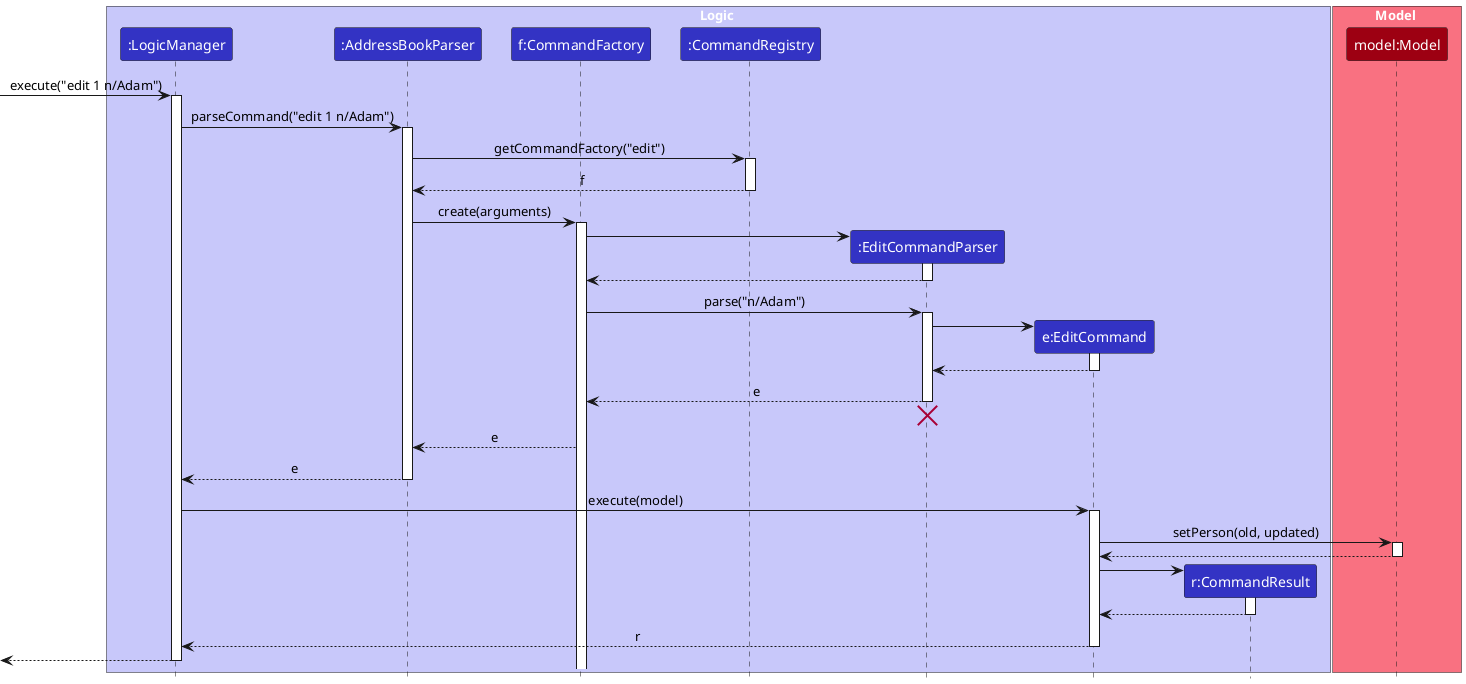
Itsdaodao/tp keeps this PlantUML diagram as docs/images/EditSequenceDiagram.png. Above is the earlier version.
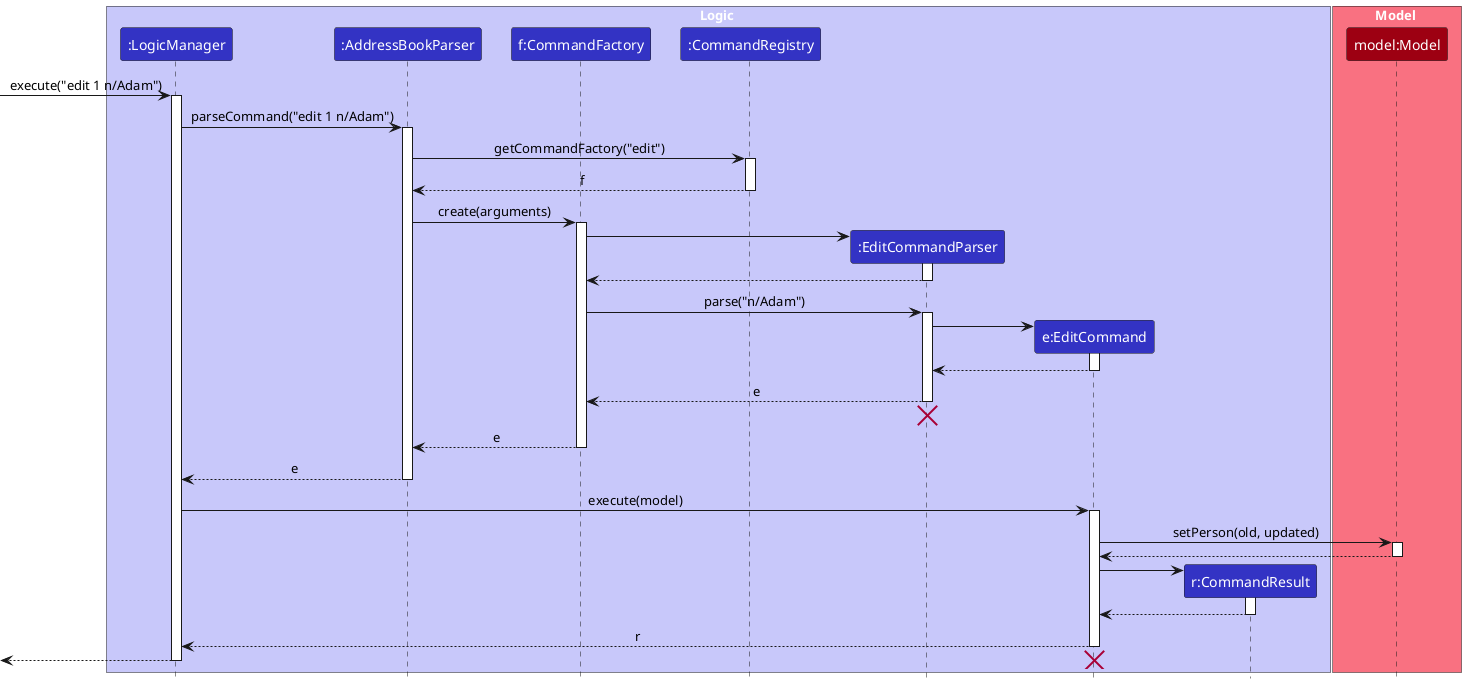
After the commit.

Commit message:
Update description, fix diagram

The edit, as a diff of the source:
```diff
@@ -54,6 +54,7 @@
 destroy EditCommandParser
 
 CommandFactory --> AddressBookParser: e
+deactivate CommandFactory
 
 AddressBookParser --> LogicManager : e
 deactivate AddressBookParser
@@ -79,4 +80,5 @@
 
 [<--LogicManager
 deactivate LogicManager
+destroy EditCommand
 @enduml
```
